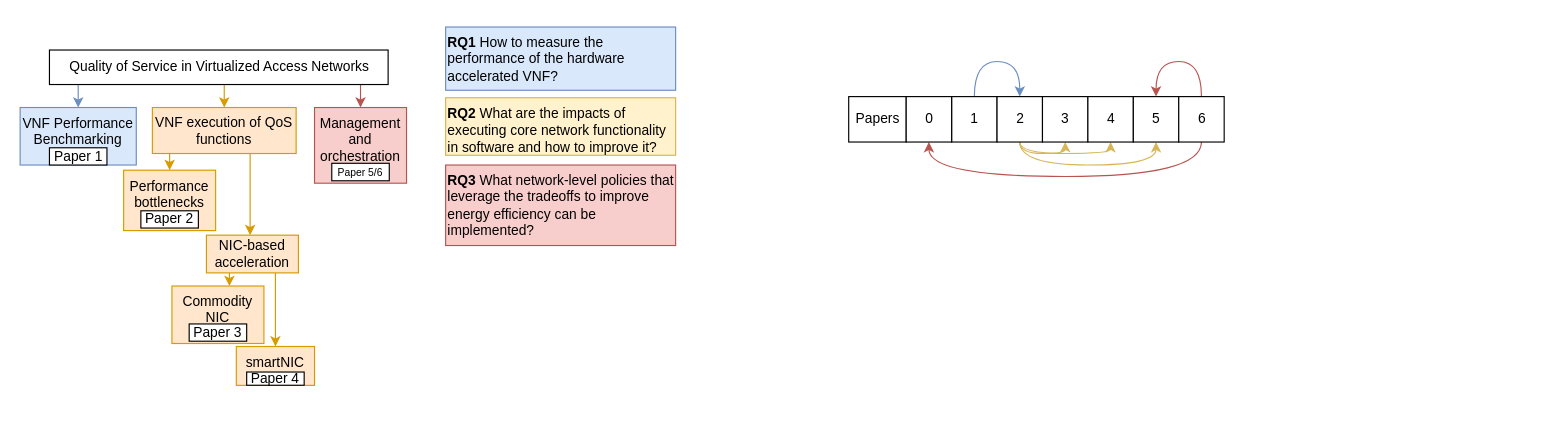
Earlier version of the draw.io diagram page "half_time" (9 of 9) of sources/phd(1).drawio (rubensfig/research_links). Source tidied: cells renumbered, new cells numbered last; positions are measured from the earlier drawing's top-left corner, leaving out a move shared by most shapes. Both pictures are drawn from the tidied source at 115%, with x=0, y=0 at pixel (20, 26).
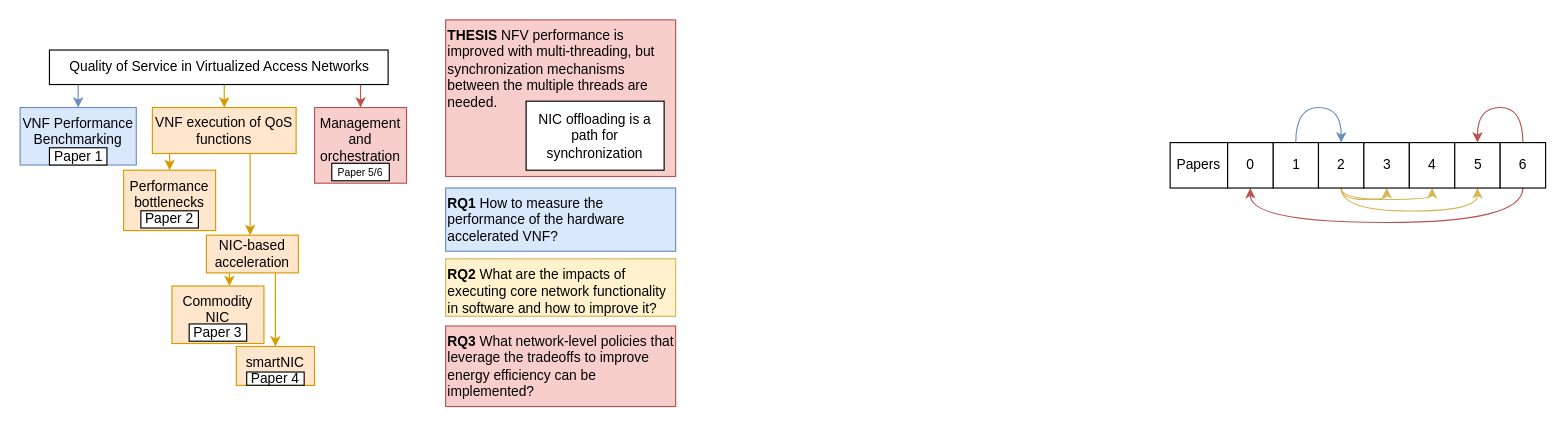
The same diagram, later.

What changed in the source:
```diff
@@
     <mxCell id="22" value="Papers" style="rounded=0;whiteSpace=wrap;html=1;rotation=0;" parent="1" vertex="1">
-      <mxGeometry x="720.5" y="60.5" width="50" height="39.5" as="geometry" />
+      <mxGeometry x="1000" y="100.5" width="50" height="39.5" as="geometry" />
     </mxCell>
     <mxCell id="23" style="edgeStyle=orthogonalEdgeStyle;rounded=0;jettySize=auto;html=1;exitX=0.5;exitY=0;exitDx=0;exitDy=0;entryX=0.5;entryY=0;entryDx=0;entryDy=0;curved=1;fillColor=#dae8fc;strokeColor=#6c8ebf;" parent="1" edge="1" source="24" target="28">
       <mxGeometry relative="1" as="geometry">
         <Array as="points">
-          <mxPoint x="830" y="30" />
-          <mxPoint x="869" y="30" />
+          <mxPoint x="1109.5" y="70" />
+          <mxPoint x="1148.5" y="70" />
         </Array>
       </mxGeometry>
     </mxCell>
     <mxCell id="24" value="1" style="whiteSpace=wrap;html=1;" parent="1" vertex="1">
-      <mxGeometry x="810" y="60.5" width="39.5" height="39.5" as="geometry" />
+      <mxGeometry x="1089.5" y="100.5" width="39.5" height="39.5" as="geometry" />
     </mxCell>
     <mxCell id="25" style="edgeStyle=orthogonalEdgeStyle;rounded=0;jettySize=auto;html=1;exitX=0.5;exitY=1;exitDx=0;exitDy=0;entryX=0.5;entryY=1;entryDx=0;entryDy=0;curved=1;fillColor=#fff2cc;strokeColor=#d6b656;" parent="1" edge="1" source="28" target="29">
       <mxGeometry relative="1" as="geometry">
         <Array as="points">
-          <mxPoint x="869" y="110" />
-          <mxPoint x="909" y="110" />
+          <mxPoint x="1148.5" y="150" />
+          <mxPoint x="1188.5" y="150" />
         </Array>
       </mxGeometry>
     </mxCell>
     <mxCell id="26" style="edgeStyle=orthogonalEdgeStyle;rounded=0;orthogonalLoop=1;jettySize=auto;html=1;exitX=0.5;exitY=1;exitDx=0;exitDy=0;entryX=0.5;entryY=1;entryDx=0;entryDy=0;curved=1;fillColor=#fff2cc;strokeColor=#d6b656;" parent="1" edge="1">
       <mxGeometry relative="1" as="geometry">
-        <mxPoint x="869.2" y="100" as="sourcePoint" />
-        <mxPoint x="948.2" y="100" as="targetPoint" />
+        <mxPoint x="1148.7" y="140" as="sourcePoint" />
+        <mxPoint x="1227.8" y="140" as="targetPoint" />
         <Array as="points">
-          <mxPoint x="869" y="110" />
-          <mxPoint x="948" y="110" />
+          <mxPoint x="1148.5" y="150" />
+          <mxPoint x="1227.5" y="150" />
         </Array>
       </mxGeometry>
     </mxCell>
     <mxCell id="27" style="edgeStyle=orthogonalEdgeStyle;rounded=0;jettySize=auto;html=1;exitX=0.5;exitY=1;exitDx=0;exitDy=0;entryX=0.5;entryY=1;entryDx=0;entryDy=0;curved=1;fillColor=#fff2cc;strokeColor=#d6b656;" parent="1" edge="1" source="28" target="31">
       <mxGeometry relative="1" as="geometry">
         <Array as="points">
-          <mxPoint x="869" y="120" />
-          <mxPoint x="988" y="120" />
+          <mxPoint x="1148.5" y="160" />
+          <mxPoint x="1267.5" y="160" />
         </Array>
       </mxGeometry>
     </mxCell>
     <mxCell id="28" value="2" style="whiteSpace=wrap;html=1;" parent="1" vertex="1">
-      <mxGeometry x="849.5" y="60.5" width="39.5" height="39.5" as="geometry" />
+      <mxGeometry x="1129" y="100.5" width="39.5" height="39.5" as="geometry" />
     </mxCell>
     <mxCell id="29" value="3" style="whiteSpace=wrap;html=1;" parent="1" vertex="1">
-      <mxGeometry x="889" y="60.5" width="39.5" height="39.5" as="geometry" />
+      <mxGeometry x="1168.5" y="100.5" width="39.5" height="39.5" as="geometry" />
     </mxCell>
     <mxCell id="30" value="4" style="whiteSpace=wrap;html=1;" parent="1" vertex="1">
-      <mxGeometry x="928.5" y="60.5" width="39.5" height="39.5" as="geometry" />
+      <mxGeometry x="1208" y="100.5" width="39.5" height="39.5" as="geometry" />
     </mxCell>
     <mxCell id="31" value="5" style="whiteSpace=wrap;html=1;" parent="1" vertex="1">
-      <mxGeometry x="968" y="60.5" width="39.5" height="39.5" as="geometry" />
+      <mxGeometry x="1247.5" y="100.5" width="39.5" height="39.5" as="geometry" />
     </mxCell>
     <mxCell id="32" style="edgeStyle=orthogonalEdgeStyle;rounded=0;jettySize=auto;html=1;exitX=0.5;exitY=0;exitDx=0;exitDy=0;entryX=0.5;entryY=0;entryDx=0;entryDy=0;curved=1;fillColor=#f8cecc;strokeColor=#b85450;" parent="1" edge="1" source="34" target="31">
       <mxGeometry relative="1" as="geometry">
         <Array as="points">
-          <mxPoint x="1027" y="30" />
-          <mxPoint x="988" y="30" />
+          <mxPoint x="1306.5" y="70" />
+          <mxPoint x="1267.5" y="70" />
         </Array>
       </mxGeometry>
     </mxCell>
     <mxCell id="33" style="edgeStyle=orthogonalEdgeStyle;rounded=0;jettySize=auto;html=1;exitX=0.5;exitY=1;exitDx=0;exitDy=0;entryX=0.5;entryY=1;entryDx=0;entryDy=0;curved=1;fillColor=#f8cecc;strokeColor=#b85450;" parent="1" edge="1" source="34" target="35">
       <mxGeometry relative="1" as="geometry">
         <Array as="points">
-          <mxPoint x="1027" y="130" />
-          <mxPoint x="790" y="130" />
+          <mxPoint x="1306.5" y="170" />
+          <mxPoint x="1069.5" y="170" />
         </Array>
       </mxGeometry>
     </mxCell>
     <mxCell id="34" value="&lt;div&gt;6&lt;/div&gt;" style="whiteSpace=wrap;html=1;" parent="1" vertex="1">
-      <mxGeometry x="1007.5" y="60.5" width="39.5" height="39.5" as="geometry" />
+      <mxGeometry x="1287" y="100.5" width="39.5" height="39.5" as="geometry" />
     </mxCell>
     <mxCell id="35" value="0" style="whiteSpace=wrap;html=1;" parent="1" vertex="1">
-      <mxGeometry x="770.5" y="60.5" width="39.5" height="39.5" as="geometry" />
+      <mxGeometry x="1050" y="100.5" width="39.5" height="39.5" as="geometry" />
     </mxCell>
     <mxCell id="36" value="&lt;b&gt;RQ1&lt;/b&gt; How to measure the performance of the hardware accelerated VNF?" style="rounded=0;whiteSpace=wrap;html=1;fillColor=#dae8fc;strokeColor=#6c8ebf;verticalAlign=top;align=left;" parent="1" vertex="1">
-      <mxGeometry x="370" width="200" height="55" as="geometry" />
+      <mxGeometry x="370" y="140" width="200" height="55" as="geometry" />
     </mxCell>
     <mxCell id="37" value="&lt;b&gt;RQ2 &lt;/b&gt;What are the impacts of executing core network functionality in software and how to improve it?" style="rounded=0;whiteSpace=wrap;html=1;fillColor=#fff2cc;strokeColor=#d6b656;verticalAlign=top;align=left;" parent="1" vertex="1">
-      <mxGeometry x="370" y="61.5" width="200" height="50" as="geometry" />
+      <mxGeometry x="370" y="201.5" width="200" height="50" as="geometry" />
     </mxCell>
     <mxCell id="38" value="&lt;b&gt;RQ3 &lt;/b&gt;What network-level policies that leverage the tradeoffs to improve energy efficiency can be implemented?" style="rounded=0;whiteSpace=wrap;html=1;fillColor=#f8cecc;strokeColor=#b85450;verticalAlign=top;align=left;" parent="1" vertex="1">
-      <mxGeometry x="370" y="120" width="200" height="70" as="geometry" />
+      <mxGeometry x="370" y="260" width="200" height="70" as="geometry" />
     </mxCell>
+    <mxCell id="39" value="&lt;b&gt;THESIS&lt;/b&gt; NFV performance is improved with multi-threading, but synchronization mechanisms between the multiple threads are needed. " style="rounded=0;whiteSpace=wrap;html=1;fillColor=#f8cecc;strokeColor=#b85450;verticalAlign=top;align=left;" parent="1" vertex="1">
+      <mxGeometry x="370" y="-6.2" width="200" height="136.2" as="geometry" />
+    </mxCell>
+    <mxCell id="40" value="NIC offloading is a path for synchronization" style="rounded=0;whiteSpace=wrap;html=1;" parent="1" vertex="1">
+      <mxGeometry x="440" y="64.5" width="120" height="60" as="geometry" />
+    </mxCell>
```
